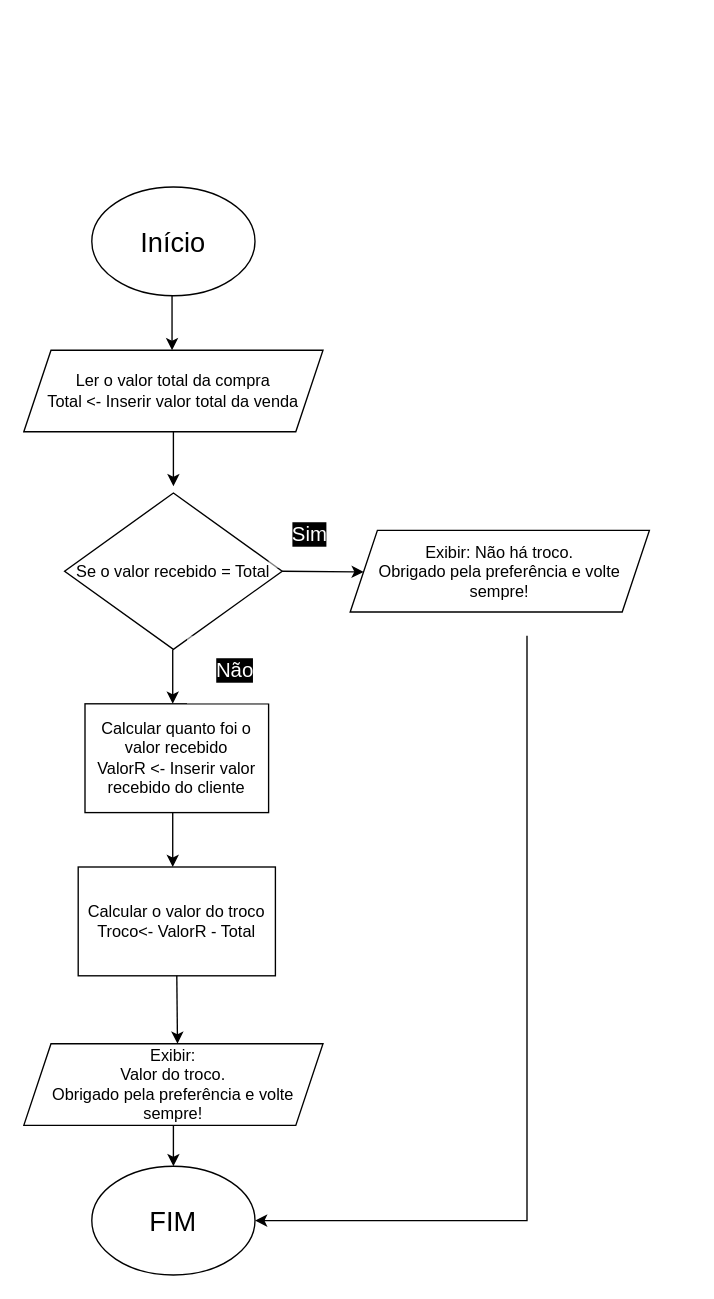
Above: Diagrama sem nome.drawio in Zambaldi21/Zambaldi21.github.io (draw.io), before the change. Source tidied: cells renumbered, new cells numbered last; positions are measured from the earlier drawing's top-left corner, leaving out a move shared by most shapes. Both pictures are drawn from the tidied source at 136%, with x=0, y=0 at pixel (23, 186).
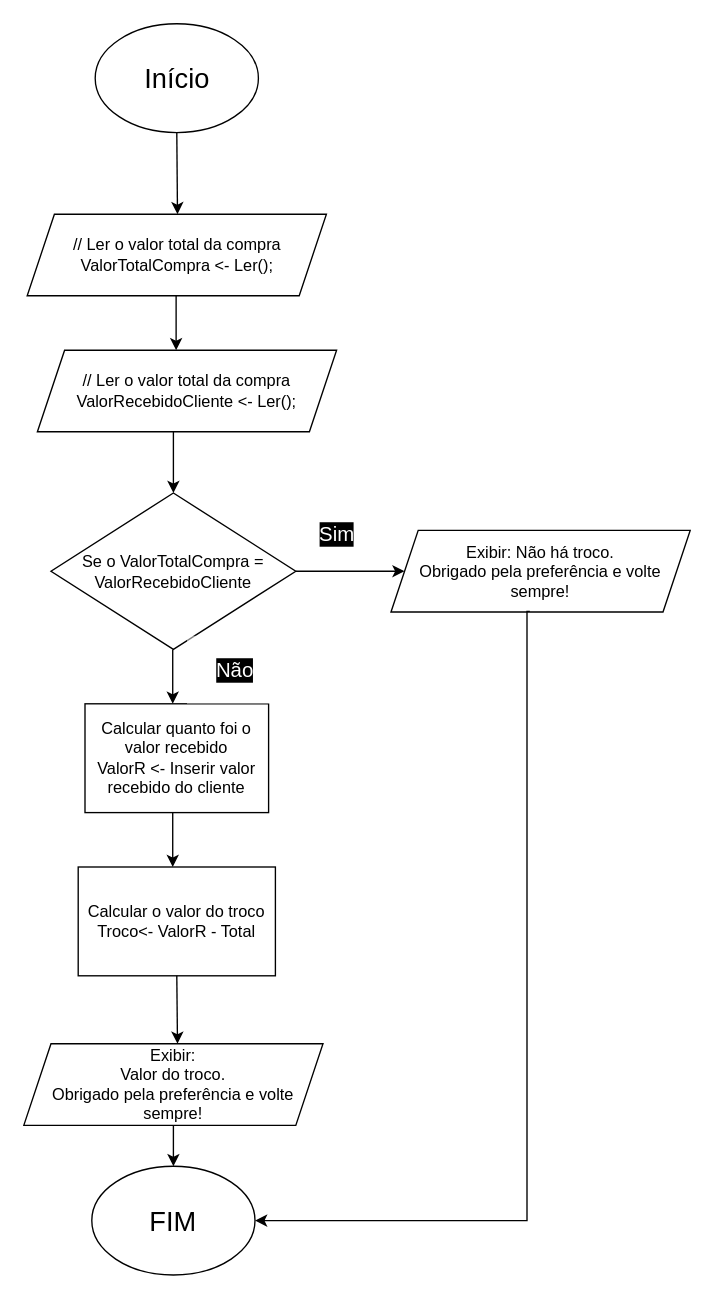
After the change.

Unchanged cells that the change refers to:
```xml
<mxCell id="19" value="&lt;span style=&quot;font-size: 20px;&quot;&gt;FIM&lt;br&gt;&lt;/span&gt;" style="ellipse;whiteSpace=wrap;html=1;" parent="1" vertex="1">
  <mxGeometry x="50" y="720" width="120" height="80" as="geometry" />
</mxCell>
```

The edit, as a diff of the source:
```diff
@@
     <mxCell id="2" value="&lt;font style=&quot;font-size: 20px;&quot;&gt;Início&lt;/font&gt;" style="ellipse;whiteSpace=wrap;html=1;" parent="1" vertex="1">
-      <mxGeometry x="50" width="120" height="80" as="geometry" />
+      <mxGeometry x="52.5" y="-120" width="120" height="80" as="geometry" />
     </mxCell>
-    <mxCell id="3" value="Ler o valor total da compra&lt;br&gt;Total &amp;lt;- Inserir valor total da venda" style="shape=parallelogram;perimeter=parallelogramPerimeter;whiteSpace=wrap;html=1;fixedSize=1;" parent="1" vertex="1">
-      <mxGeometry y="120" width="220" height="60" as="geometry" />
+    <mxCell id="3" value="// Ler o valor total da compra&lt;br&gt;ValorTotalCompra &amp;lt;- Ler();" style="shape=parallelogram;perimeter=parallelogramPerimeter;whiteSpace=wrap;html=1;fixedSize=1;" parent="1" vertex="1">
+      <mxGeometry x="2.5" y="20" width="220" height="60" as="geometry" />
     </mxCell>
-    <mxCell id="4" value="Se o valor recebido = Total" style="rhombus;whiteSpace=wrap;html=1;" parent="1" vertex="1">
-      <mxGeometry x="30" y="225" width="160" height="115" as="geometry" />
+    <mxCell id="4" value="Se o ValorTotalCompra = ValorRecebidoCliente" style="rhombus;whiteSpace=wrap;html=1;" parent="1" vertex="1">
+      <mxGeometry x="20" y="225" width="180" height="115" as="geometry" />
     </mxCell>
@@
     <mxCell id="6" style="endArrow=classic;html=1;rounded=0;exitX=0.5;exitY=1;exitDx=0;exitDy=0;" parent="1" edge="1">
       <mxGeometry relative="1" as="geometry">
-        <mxPoint x="110" y="180" as="sourcePoint" />
-        <mxPoint x="110" y="220" as="targetPoint" />
+        <mxPoint x="112" y="80" as="sourcePoint" />
+        <mxPoint x="112" y="120" as="targetPoint" />
       </mxGeometry>
     </mxCell>
-    <mxCell id="7" style="endArrow=classic;html=1;rounded=0;exitX=0.5;exitY=1;exitDx=0;exitDy=0;" parent="1" edge="1">
+    <mxCell id="7" style="endArrow=classic;html=1;rounded=0;exitX=0.5;exitY=1;exitDx=0;exitDy=0;" parent="1" edge="1" source="2">
       <mxGeometry relative="1" as="geometry">
-        <mxPoint x="109" y="80" as="sourcePoint" />
-        <mxPoint x="109" y="120" as="targetPoint" />
+        <mxPoint x="113" y="20" as="targetPoint" />
       </mxGeometry>
     </mxCell>
-    <mxCell id="8" style="endArrow=classic;html=1;rounded=0;exitX=1;exitY=0.5;exitDx=0;exitDy=0;" parent="1" edge="1" source="4">
-      <mxGeometry relative="1" as="geometry">
-        <mxPoint x="250" y="283" as="targetPoint" />
-      </mxGeometry>
+    <mxCell id="8" style="endArrow=classic;html=1;rounded=0;exitX=1;exitY=0.5;exitDx=0;exitDy=0;entryX=0;entryY=0.5;entryDx=0;entryDy=0;" parent="1" edge="1" source="4" target="15">
+      <mxGeometry relative="1" as="geometry" />
     </mxCell>
     <mxCell id="9" value="Sim" style="rounded=0;html=1;strokeWidth=1;opacity=50;strokeColor=none;fillColor=#FFFFFF;fontColor=#ffffff;labelBackgroundColor=#000000;fontSize=15;" parent="1" vertex="1">
-      <mxGeometry x="180" y="230" width="60" height="50" as="geometry" />
+      <mxGeometry x="200" y="230" width="60" height="50" as="geometry" />
     </mxCell>
@@
     <mxCell id="15" value="Exibir: Não há troco.&lt;br style=&quot;border-color: var(--border-color);&quot;&gt;Obrigado pela preferência e volte sempre!" style="shape=parallelogram;perimeter=parallelogramPerimeter;whiteSpace=wrap;html=1;fixedSize=1;" parent="1" vertex="1">
-      <mxGeometry x="240" y="252.5" width="220" height="60" as="geometry" />
+      <mxGeometry x="270" y="252.5" width="220" height="60" as="geometry" />
     </mxCell>
@@
-    <mxCell id="20" style="edgeStyle=orthogonalEdgeStyle;rounded=0;jettySize=auto;html=1;entryX=1;entryY=0.5;entryDx=0;entryDy=0;" parent="1" edge="1" target="19">
+    <mxCell id="20" style="edgeStyle=orthogonalEdgeStyle;rounded=0;jettySize=auto;html=1;entryX=1;entryY=0.5;entryDx=0;entryDy=0;exitX=0.464;exitY=0.992;exitDx=0;exitDy=0;exitPerimeter=0;" parent="1" edge="1" source="15" target="19">
       <mxGeometry relative="1" as="geometry">
-        <mxPoint x="370" y="330" as="sourcePoint" />
         <Array as="points">
+          <mxPoint x="370" y="312" />
           <mxPoint x="370" y="760" />
         </Array>
       </mxGeometry>
     </mxCell>
+    <mxCell id="21" style="edgeStyle=orthogonalEdgeStyle;rounded=0;jettySize=auto;html=1;" parent="1" edge="1" source="22" target="4">
+      <mxGeometry relative="1" as="geometry">
+        <Array as="points">
+          <mxPoint x="110" y="190" />
+          <mxPoint x="110" y="190" />
+        </Array>
+      </mxGeometry>
+    </mxCell>
+    <mxCell id="22" value="// Ler o valor total da compra&lt;br&gt;ValorRecebidoCliente &amp;lt;- Ler();" style="shape=parallelogram;perimeter=parallelogramPerimeter;whiteSpace=wrap;html=1;fixedSize=1;" parent="1" vertex="1">
+      <mxGeometry x="10" y="120" width="220" height="60" as="geometry" />
+    </mxCell>
```
